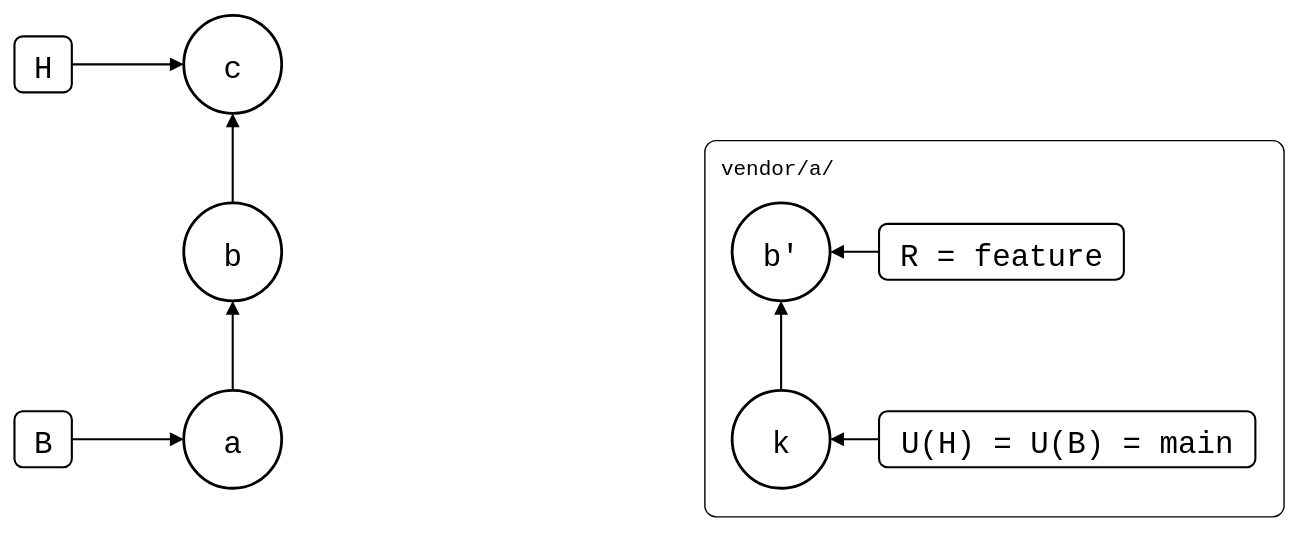
The draw.io diagram test/scenarios/03-branches-and-teamwork/01-feature-branch-unchanged/01-feature-branch-changed/01-stacked-branch/stacked-branch.drawio.svg in roschaefer/git-splice, before a commit. Source tidied: cells renumbered, new cells last; positions are measured from the earlier drawing's top-left corner, leaving out a move shared by most shapes. Its diagram source:
```xml
<mxGraphModel background="#ffffff">
  <root>
    <mxCell id="0" />
    <mxCell id="1" parent="0" />
    <mxCell id="2" value="vendor/a/" style="rounded=1;arcSize=3;fillColor=none;strokeWidth=1;fontSize=15;verticalAlign=top;align=left;spacingLeft=10;spacingTop=4;fontFamily=Roboto Mono,monospace;" parent="1" vertex="1">
      <mxGeometry x="493" y="89" width="414" height="269" as="geometry" />
    </mxCell>
    <mxCell id="3" value="a" style="ellipse;strokeWidth=2;fontSize=22;fontFamily=Roboto Mono,monospace;" parent="1" vertex="1">
      <mxGeometry x="121" y="268" width="70" height="70" as="geometry" />
    </mxCell>
    <mxCell id="4" value="b" style="ellipse;strokeWidth=2;fontSize=22;fontFamily=Roboto Mono,monospace;" parent="1" vertex="1">
      <mxGeometry x="121" y="134" width="70" height="70" as="geometry" />
    </mxCell>
    <mxCell id="5" value="c" style="ellipse;strokeWidth=2;fontSize=22;fontFamily=Roboto Mono,monospace;" parent="1" vertex="1">
      <mxGeometry x="121" width="70" height="70" as="geometry" />
    </mxCell>
    <mxCell id="6" value="k" style="ellipse;strokeWidth=2;fontSize=22;fontFamily=Roboto Mono,monospace;" parent="1" vertex="1">
      <mxGeometry x="513" y="268" width="70" height="70" as="geometry" />
    </mxCell>
    <mxCell id="7" value="b'" style="ellipse;strokeWidth=2;fontSize=22;fontFamily=Roboto Mono,monospace;" parent="1" vertex="1">
      <mxGeometry x="513" y="134" width="70" height="70" as="geometry" />
    </mxCell>
    <mxCell id="8" value="H" style="rounded=1;strokeWidth=1.5;fontSize=22;fontFamily=Roboto Mono,monospace;" parent="1" vertex="1">
      <mxGeometry y="15" width="41" height="40" as="geometry" />
    </mxCell>
    <mxCell id="9" style="endArrow=block;endFill=1;html=1;strokeWidth=1.5;rounded=0;" parent="1" edge="1" source="8" target="5">
      <mxGeometry relative="1" as="geometry" />
    </mxCell>
    <mxCell id="10" value="B" style="rounded=1;strokeWidth=1.5;fontSize=22;fontFamily=Roboto Mono,monospace;" parent="1" vertex="1">
      <mxGeometry y="283" width="41" height="40" as="geometry" />
    </mxCell>
    <mxCell id="11" style="endArrow=block;endFill=1;html=1;strokeWidth=1.5;rounded=0;" parent="1" edge="1" source="10" target="3">
      <mxGeometry relative="1" as="geometry" />
    </mxCell>
    <mxCell id="12" value="U(H) = U(B) = main" style="rounded=1;strokeWidth=1.5;fontSize=22;fontFamily=Roboto Mono,monospace;" parent="1" vertex="1">
      <mxGeometry x="618" y="283" width="269" height="40" as="geometry" />
    </mxCell>
    <mxCell id="13" style="endArrow=block;endFill=1;html=1;strokeWidth=1.5;rounded=0;" parent="1" edge="1" source="12" target="6">
      <mxGeometry relative="1" as="geometry" />
    </mxCell>
    <mxCell id="14" value="R = feature" style="rounded=1;strokeWidth=1.5;fontSize=22;fontFamily=Roboto Mono,monospace;" parent="1" vertex="1">
      <mxGeometry x="618" y="149" width="175" height="40" as="geometry" />
    </mxCell>
    <mxCell id="15" style="endArrow=block;endFill=1;html=1;strokeWidth=1.5;rounded=0;" parent="1" edge="1" source="14" target="7">
      <mxGeometry relative="1" as="geometry" />
    </mxCell>
    <mxCell id="16" style="endArrow=block;endFill=1;html=1;strokeWidth=1.5;rounded=0;" parent="1" edge="1" source="3" target="4">
      <mxGeometry relative="1" as="geometry" />
    </mxCell>
    <mxCell id="17" style="endArrow=block;endFill=1;html=1;strokeWidth=1.5;rounded=0;" parent="1" edge="1" source="4" target="5">
      <mxGeometry relative="1" as="geometry" />
    </mxCell>
    <mxCell id="18" style="endArrow=block;endFill=1;html=1;strokeWidth=1.5;rounded=0;" parent="1" edge="1" source="6" target="7">
      <mxGeometry relative="1" as="geometry" />
    </mxCell>
  </root>
</mxGraphModel>
```
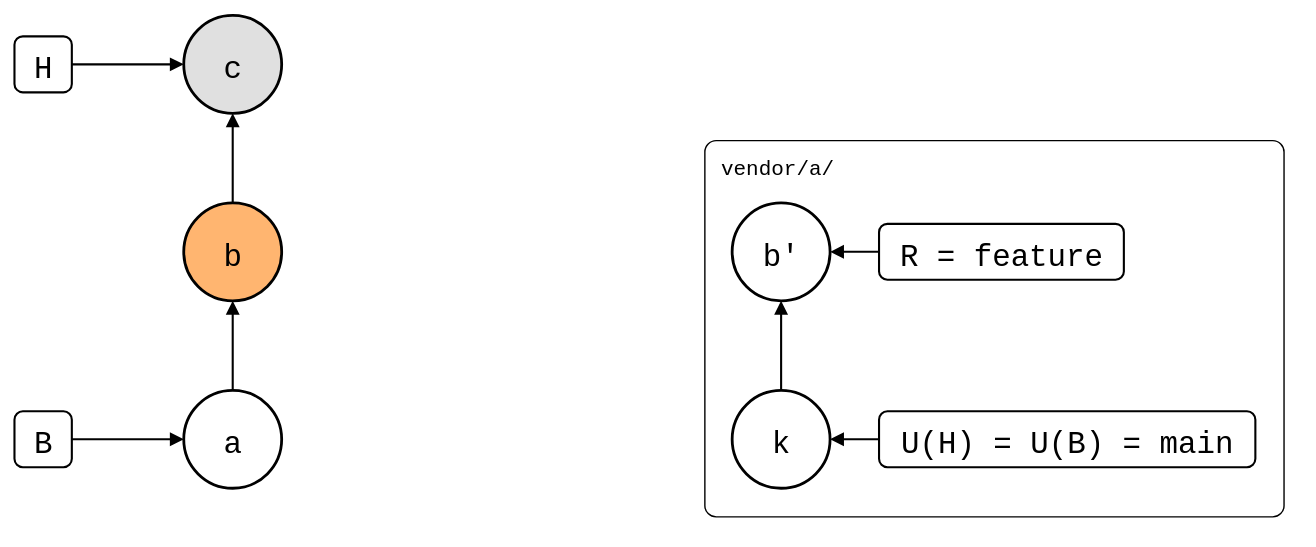
Later version of the same file.

The edit, as a diff of the source:
```diff
@@ -8,10 +8,10 @@
     <mxCell id="3" value="a" style="ellipse;strokeWidth=2;fontSize=22;fontFamily=Roboto Mono,monospace;" parent="1" vertex="1">
       <mxGeometry x="121" y="268" width="70" height="70" as="geometry" />
     </mxCell>
-    <mxCell id="4" value="b" style="ellipse;strokeWidth=2;fontSize=22;fontFamily=Roboto Mono,monospace;" parent="1" vertex="1">
+    <mxCell id="4" value="b" style="ellipse;strokeWidth=2;fontSize=22;fontFamily=Roboto Mono,monospace;fillColor=#FFB570;" parent="1" vertex="1">
       <mxGeometry x="121" y="134" width="70" height="70" as="geometry" />
     </mxCell>
-    <mxCell id="5" value="c" style="ellipse;strokeWidth=2;fontSize=22;fontFamily=Roboto Mono,monospace;" parent="1" vertex="1">
+    <mxCell id="5" value="c" style="ellipse;strokeWidth=2;fontSize=22;fontFamily=Roboto Mono,monospace;fillColor=#E0E0E0;" parent="1" vertex="1">
       <mxGeometry x="121" width="70" height="70" as="geometry" />
     </mxCell>
     <mxCell id="6" value="k" style="ellipse;strokeWidth=2;fontSize=22;fontFamily=Roboto Mono,monospace;" parent="1" vertex="1">
```
